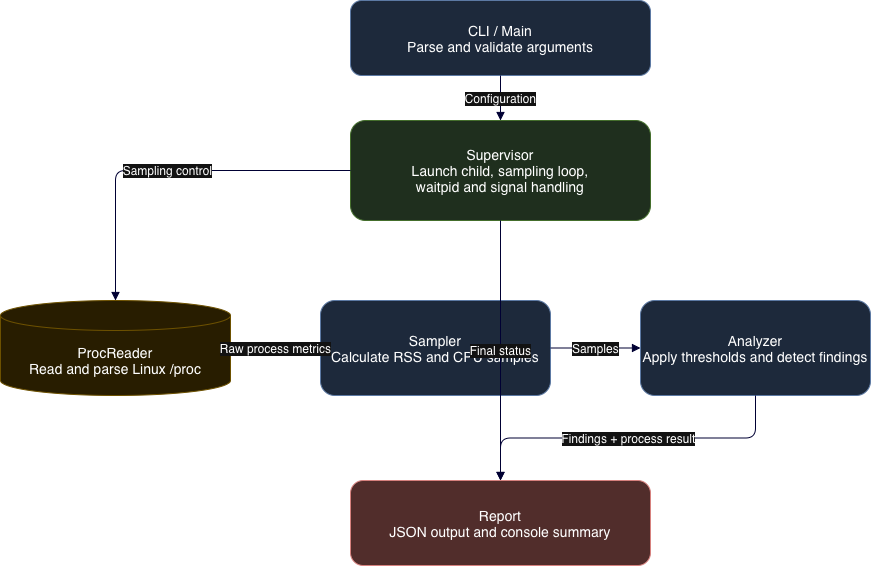
Before: docs/diagrams/system-architecture-diagram.png, a diagram exported from draw.io (Ussama-lab/procwatch). Source tidied: cells renumbered, new cells last; positions are measured from the earlier drawing's top-left corner, leaving out a move shared by most shapes. Its diagram source:
```xml
<mxGraphModel>
  <root>
    <mxCell id="0" />
    <mxCell id="1" parent="0" />
    <mxCell id="2" value="CLI / Main&lt;br&gt;Parse and validate arguments" style="rounded=1;whiteSpace=wrap;html=1;fillColor=#dae8fc;strokeColor=#6c8ebf;fontSize=14;" parent="1" vertex="1">
      <mxGeometry x="350" width="300" height="75" as="geometry" />
    </mxCell>
    <mxCell id="3" value="Supervisor&lt;br&gt;Launch child, sampling loop,&lt;br&gt;waitpid and signal handling" style="rounded=1;whiteSpace=wrap;html=1;fillColor=#d5e8d4;strokeColor=#82b366;fontSize=14;" parent="1" vertex="1">
      <mxGeometry x="350" y="120" width="300" height="100" as="geometry" />
    </mxCell>
    <mxCell id="4" value="ProcReader&lt;br&gt;Read and parse Linux /proc" style="shape=cylinder3;whiteSpace=wrap;html=1;boundedLbl=1;fillColor=#fff2cc;strokeColor=#d6b656;fontSize=14;" parent="1" vertex="1">
      <mxGeometry y="300" width="230" height="95" as="geometry" />
    </mxCell>
    <mxCell id="5" value="Sampler&lt;br&gt;Calculate RSS and CPU samples" style="rounded=1;whiteSpace=wrap;html=1;fillColor=#dae8fc;strokeColor=#6c8ebf;fontSize=14;" parent="1" vertex="1">
      <mxGeometry x="320" y="300" width="230" height="95" as="geometry" />
    </mxCell>
    <mxCell id="6" value="Analyzer&lt;br&gt;Apply thresholds and detect findings" style="rounded=1;whiteSpace=wrap;html=1;fillColor=#dae8fc;strokeColor=#6c8ebf;fontSize=14;" parent="1" vertex="1">
      <mxGeometry x="640" y="300" width="230" height="95" as="geometry" />
    </mxCell>
    <mxCell id="7" value="Report&lt;br&gt;JSON output and console summary" style="rounded=1;whiteSpace=wrap;html=1;fillColor=#f8cecc;strokeColor=#b85450;fontSize=14;" parent="1" vertex="1">
      <mxGeometry x="350" y="480" width="300" height="85" as="geometry" />
    </mxCell>
    <mxCell id="8" value="Configuration" style="edgeStyle=orthogonalEdgeStyle;rounded=1;html=1;endArrow=block;endFill=1;fontSize=12;strokeColor=light-dark(#000000,#000033);" parent="1" edge="1" source="2" target="3">
      <mxGeometry relative="1" as="geometry" />
    </mxCell>
    <mxCell id="9" value="Sampling control" style="edgeStyle=orthogonalEdgeStyle;rounded=1;html=1;endArrow=block;endFill=1;fontSize=12;strokeColor=light-dark(#000000,#000033);" parent="1" edge="1" source="3" target="4">
      <mxGeometry relative="1" as="geometry" />
    </mxCell>
    <mxCell id="10" value="Raw process metrics" style="edgeStyle=orthogonalEdgeStyle;rounded=1;html=1;endArrow=block;endFill=1;fontSize=12;strokeColor=light-dark(#000000,#000033);" parent="1" edge="1" source="4" target="5">
      <mxGeometry relative="1" as="geometry" />
    </mxCell>
    <mxCell id="11" value="Samples" style="edgeStyle=orthogonalEdgeStyle;rounded=1;html=1;endArrow=block;endFill=1;fontSize=12;strokeColor=light-dark(#000000,#000033);" parent="1" edge="1" source="5" target="6">
      <mxGeometry relative="1" as="geometry" />
    </mxCell>
    <mxCell id="12" value="Findings + process result" style="edgeStyle=orthogonalEdgeStyle;rounded=1;html=1;endArrow=block;endFill=1;fontSize=12;strokeColor=light-dark(#000000,#000033);" parent="1" edge="1" source="6" target="7">
      <mxGeometry relative="1" as="geometry" />
    </mxCell>
    <mxCell id="13" value="Final status" style="edgeStyle=orthogonalEdgeStyle;rounded=1;html=1;endArrow=block;endFill=1;fontSize=12;strokeColor=light-dark(#000000,#000033);" parent="1" edge="1" source="3" target="7">
      <mxGeometry relative="1" as="geometry" />
    </mxCell>
  </root>
</mxGraphModel>
```
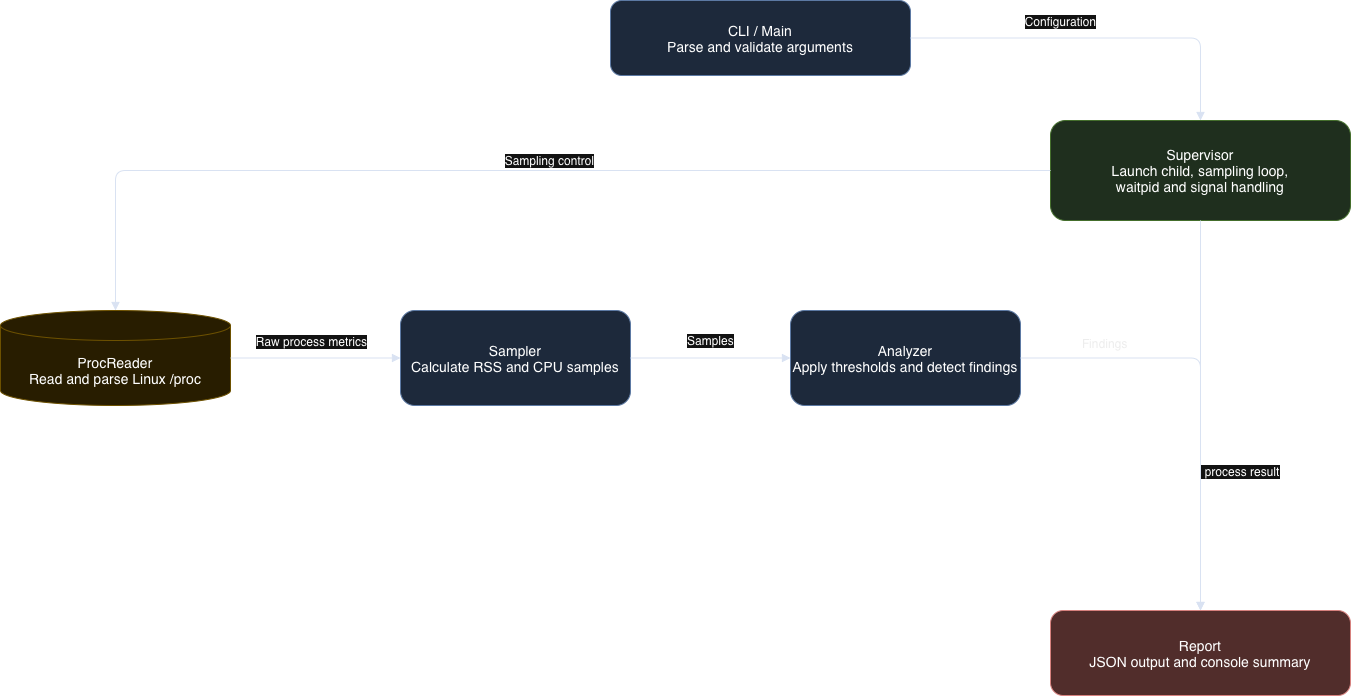
The same file after the commit.

Commit message:
docs: add requirements and system architecture

Diff of the diagram source:
```diff
@@ -3,40 +3,47 @@
     <mxCell id="0" />
     <mxCell id="1" parent="0" />
     <mxCell id="2" value="CLI / Main&lt;br&gt;Parse and validate arguments" style="rounded=1;whiteSpace=wrap;html=1;fillColor=#dae8fc;strokeColor=#6c8ebf;fontSize=14;" parent="1" vertex="1">
-      <mxGeometry x="350" width="300" height="75" as="geometry" />
+      <mxGeometry x="420" y="-10" width="300" height="75" as="geometry" />
     </mxCell>
     <mxCell id="3" value="Supervisor&lt;br&gt;Launch child, sampling loop,&lt;br&gt;waitpid and signal handling" style="rounded=1;whiteSpace=wrap;html=1;fillColor=#d5e8d4;strokeColor=#82b366;fontSize=14;" parent="1" vertex="1">
-      <mxGeometry x="350" y="120" width="300" height="100" as="geometry" />
+      <mxGeometry x="860" y="110" width="300" height="100" as="geometry" />
     </mxCell>
     <mxCell id="4" value="ProcReader&lt;br&gt;Read and parse Linux /proc" style="shape=cylinder3;whiteSpace=wrap;html=1;boundedLbl=1;fillColor=#fff2cc;strokeColor=#d6b656;fontSize=14;" parent="1" vertex="1">
-      <mxGeometry y="300" width="230" height="95" as="geometry" />
+      <mxGeometry x="-190" y="300" width="230" height="95" as="geometry" />
     </mxCell>
     <mxCell id="5" value="Sampler&lt;br&gt;Calculate RSS and CPU samples" style="rounded=1;whiteSpace=wrap;html=1;fillColor=#dae8fc;strokeColor=#6c8ebf;fontSize=14;" parent="1" vertex="1">
-      <mxGeometry x="320" y="300" width="230" height="95" as="geometry" />
+      <mxGeometry x="210" y="300" width="230" height="95" as="geometry" />
     </mxCell>
     <mxCell id="6" value="Analyzer&lt;br&gt;Apply thresholds and detect findings" style="rounded=1;whiteSpace=wrap;html=1;fillColor=#dae8fc;strokeColor=#6c8ebf;fontSize=14;" parent="1" vertex="1">
-      <mxGeometry x="640" y="300" width="230" height="95" as="geometry" />
+      <mxGeometry x="600" y="300" width="230" height="95" as="geometry" />
     </mxCell>
     <mxCell id="7" value="Report&lt;br&gt;JSON output and console summary" style="rounded=1;whiteSpace=wrap;html=1;fillColor=#f8cecc;strokeColor=#b85450;fontSize=14;" parent="1" vertex="1">
-      <mxGeometry x="350" y="480" width="300" height="85" as="geometry" />
+      <mxGeometry x="860" y="600" width="300" height="85" as="geometry" />
     </mxCell>
-    <mxCell id="8" value="Configuration" style="edgeStyle=orthogonalEdgeStyle;rounded=1;html=1;endArrow=block;endFill=1;fontSize=12;strokeColor=light-dark(#000000,#000033);" parent="1" edge="1" source="2" target="3">
-      <mxGeometry relative="1" as="geometry" />
+    <mxCell id="8" value="Configuration" style="edgeStyle=orthogonalEdgeStyle;rounded=1;html=1;endArrow=block;endFill=1;fontSize=12;strokeColor=light-dark(#000000,#D9E2F2);" parent="1" edge="1" source="2" target="3">
+      <mxGeometry x="-0.19" y="17" relative="1" as="geometry" />
     </mxCell>
-    <mxCell id="9" value="Sampling control" style="edgeStyle=orthogonalEdgeStyle;rounded=1;html=1;endArrow=block;endFill=1;fontSize=12;strokeColor=light-dark(#000000,#000033);" parent="1" edge="1" source="3" target="4">
-      <mxGeometry relative="1" as="geometry" />
+    <mxCell id="9" value="Sampling control" style="edgeStyle=orthogonalEdgeStyle;rounded=1;html=1;endArrow=block;endFill=1;fontSize=12;strokeColor=light-dark(#000000,#D9E2F2);" parent="1" edge="1" source="3" target="4">
+      <mxGeometry x="-0.07" y="-10" relative="1" as="geometry" />
     </mxCell>
-    <mxCell id="10" value="Raw process metrics" style="edgeStyle=orthogonalEdgeStyle;rounded=1;html=1;endArrow=block;endFill=1;fontSize=12;strokeColor=light-dark(#000000,#000033);" parent="1" edge="1" source="4" target="5">
-      <mxGeometry relative="1" as="geometry" />
+    <mxCell id="10" value="Raw process metrics" style="edgeStyle=orthogonalEdgeStyle;rounded=1;html=1;endArrow=block;endFill=1;fontSize=12;strokeColor=light-dark(#000000,#D9E2F2);" parent="1" edge="1" source="4" target="5">
+      <mxGeometry x="-0.05" y="18" relative="1" as="geometry">
+        <mxPoint y="1" as="offset" />
+      </mxGeometry>
     </mxCell>
-    <mxCell id="11" value="Samples" style="edgeStyle=orthogonalEdgeStyle;rounded=1;html=1;endArrow=block;endFill=1;fontSize=12;strokeColor=light-dark(#000000,#000033);" parent="1" edge="1" source="5" target="6">
-      <mxGeometry relative="1" as="geometry" />
+    <mxCell id="11" value="Samples" style="edgeStyle=orthogonalEdgeStyle;rounded=1;html=1;endArrow=block;endFill=1;fontSize=12;strokeColor=light-dark(#000000,#D9E2F2);" parent="1" edge="1" source="5" target="6">
+      <mxGeometry y="18" relative="1" as="geometry" />
     </mxCell>
-    <mxCell id="12" value="Findings + process result" style="edgeStyle=orthogonalEdgeStyle;rounded=1;html=1;endArrow=block;endFill=1;fontSize=12;strokeColor=light-dark(#000000,#000033);" parent="1" edge="1" source="6" target="7">
-      <mxGeometry relative="1" as="geometry" />
+    <mxCell id="12" value="&amp;nbsp;process result" style="edgeStyle=orthogonalEdgeStyle;rounded=1;html=1;endArrow=block;endFill=1;fontSize=12;strokeColor=light-dark(#000000,#D9E2F2);" parent="1" edge="1" source="6" target="7">
+      <mxGeometry x="0.35" y="40" relative="1" as="geometry">
+        <mxPoint y="1" as="offset" />
+      </mxGeometry>
     </mxCell>
-    <mxCell id="13" value="Final status" style="edgeStyle=orthogonalEdgeStyle;rounded=1;html=1;endArrow=block;endFill=1;fontSize=12;strokeColor=light-dark(#000000,#000033);" parent="1" edge="1" source="3" target="7">
-      <mxGeometry relative="1" as="geometry" />
+    <mxCell id="13" style="edgeStyle=orthogonalEdgeStyle;rounded=1;html=1;endArrow=block;endFill=1;fontSize=12;strokeColor=light-dark(#000000,#D9E2F2);" parent="1" edge="1" source="3" target="7">
+      <mxGeometry x="0.61" y="50" relative="1" as="geometry" />
     </mxCell>
+    <mxCell id="14" value="&lt;span style=&quot;font-style: normal; font-variant-caps: normal; font-weight: 400; letter-spacing: normal; orphans: 2; text-align: start; text-indent: 0px; text-transform: none; white-space: normal; widows: 2; word-spacing: 0px; -webkit-text-stroke-width: 0px; text-decoration: none; caret-color: rgb(0, 0, 0); color: rgb(0, 0, 0); float: none; display: inline !important;&quot;&gt;&lt;font&gt;Findings&lt;/font&gt;&lt;/span&gt;" style="text;whiteSpace=wrap;html=1;" parent="1" vertex="1">
+      <mxGeometry x="890" y="320" width="70" height="20" as="geometry" />
+    </mxCell>
   </root>
 </mxGraphModel>
```
